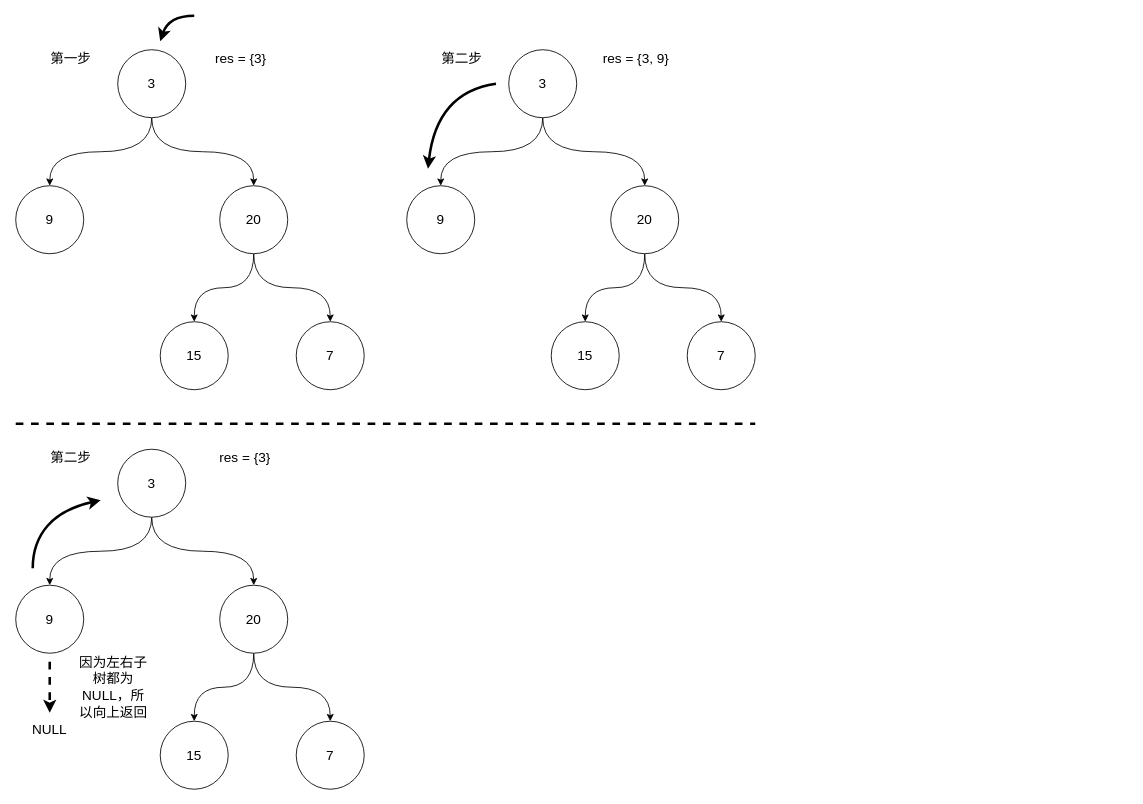
Earlier version of the draw.io diagram leetcode102题目讲解.drawio (codelyc/Hello-World). Source tidied: cells renumbered, new cells numbered last; positions are measured from the earlier drawing's top-left corner, leaving out a move shared by most shapes. Both pictures are drawn from the tidied source at 85%, with x=0, y=0 at pixel (15, 15).
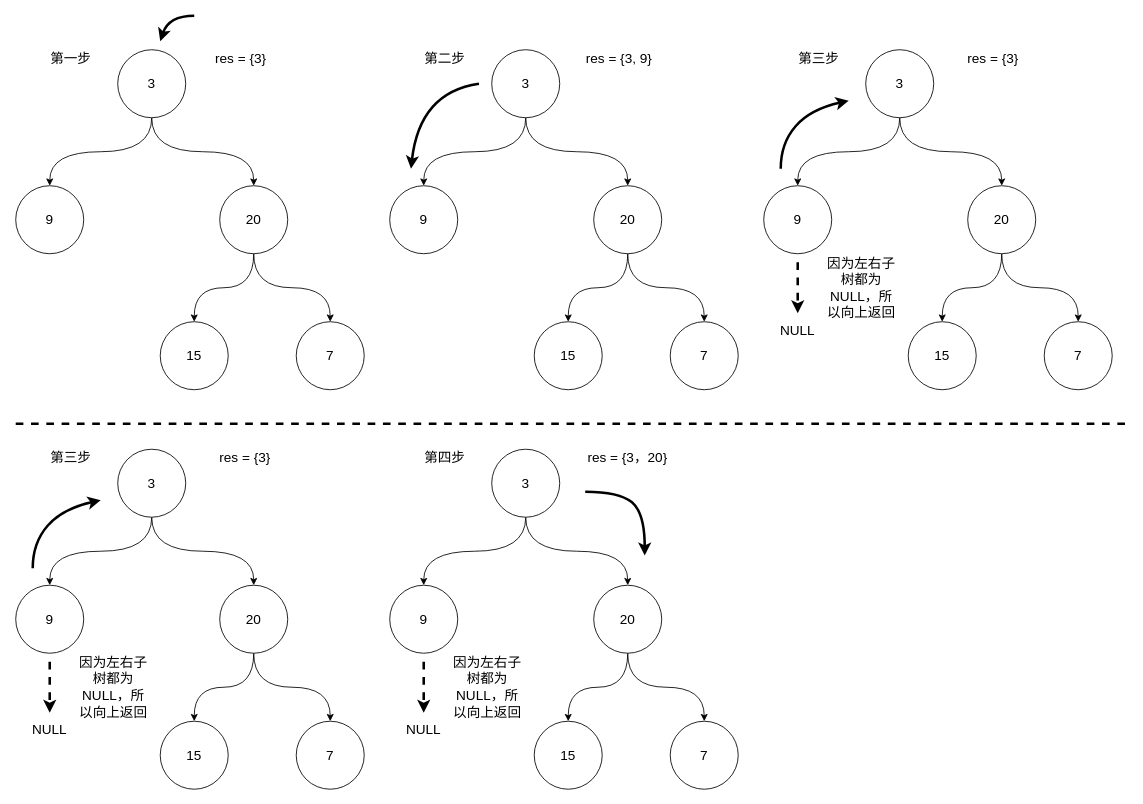
Above is the later version.

Commit message (it also covers changes not shown here):
更新leetcode102题目讲解.drawio

The edit, as a diff of the source:
```diff
@@
     <mxCell id="16" value="&lt;font style=&quot;font-size: 16px&quot;&gt;3&lt;/font&gt;" style="ellipse;whiteSpace=wrap;html=1;" parent="1" vertex="1">
-      <mxGeometry x="580" y="40" width="80" height="80" as="geometry" />
+      <mxGeometry x="560" y="40" width="80" height="80" as="geometry" />
     </mxCell>
     <mxCell id="17" value="&lt;font style=&quot;font-size: 16px&quot;&gt;9&lt;/font&gt;" style="ellipse;whiteSpace=wrap;html=1;" parent="1" vertex="1">
-      <mxGeometry x="460" y="200" width="80" height="80" as="geometry" />
+      <mxGeometry x="440" y="200" width="80" height="80" as="geometry" />
     </mxCell>
@@
     <mxCell id="20" value="&lt;font style=&quot;font-size: 16px&quot;&gt;20&lt;/font&gt;" style="ellipse;whiteSpace=wrap;html=1;" parent="1" vertex="1">
-      <mxGeometry x="700" y="200" width="80" height="80" as="geometry" />
+      <mxGeometry x="680" y="200" width="80" height="80" as="geometry" />
     </mxCell>
     <mxCell id="21" value="&lt;font style=&quot;font-size: 16px&quot;&gt;15&lt;/font&gt;" style="ellipse;whiteSpace=wrap;html=1;" parent="1" vertex="1">
-      <mxGeometry x="630" y="360" width="80" height="80" as="geometry" />
+      <mxGeometry x="610" y="360" width="80" height="80" as="geometry" />
     </mxCell>
     <mxCell id="22" value="&lt;font style=&quot;font-size: 16px&quot;&gt;7&lt;/font&gt;" style="ellipse;whiteSpace=wrap;html=1;" parent="1" vertex="1">
-      <mxGeometry x="790" y="360" width="80" height="80" as="geometry" />
+      <mxGeometry x="770" y="360" width="80" height="80" as="geometry" />
     </mxCell>
     <mxCell id="23" value="&lt;font style=&quot;font-size: 16px&quot;&gt;第二步&lt;/font&gt;" style="text;html=1;strokeColor=none;fillColor=none;align=center;verticalAlign=middle;whiteSpace=wrap;rounded=0;" parent="1" vertex="1">
-      <mxGeometry x="500" y="40" width="50" height="20" as="geometry" />
+      <mxGeometry x="480" y="40" width="50" height="20" as="geometry" />
     </mxCell>
     <mxCell id="24" style="curved=1;endArrow=classic;html=1;strokeWidth=3;" parent="1" edge="1">
       <mxGeometry relative="1" as="geometry">
-        <mxPoint x="565" y="80" as="sourcePoint" />
-        <mxPoint x="485" y="180" as="targetPoint" />
+        <mxPoint x="545" y="80" as="sourcePoint" />
+        <mxPoint x="465" y="180" as="targetPoint" />
         <Array as="points">
-          <mxPoint x="495" y="90" />
+          <mxPoint x="475" y="90" />
         </Array>
       </mxGeometry>
     </mxCell>
     <mxCell id="25" value="&lt;font style=&quot;font-size: 16px&quot;&gt;res = {3, 9}&lt;/font&gt;" style="text;html=1;strokeColor=none;fillColor=none;align=center;verticalAlign=middle;whiteSpace=wrap;rounded=0;" parent="1" vertex="1">
-      <mxGeometry x="690" y="40" width="80" height="20" as="geometry" />
+      <mxGeometry x="670" y="40" width="80" height="20" as="geometry" />
     </mxCell>
@@
-    <mxCell id="35" value="&lt;font style=&quot;font-size: 16px&quot;&gt;第二步&lt;/font&gt;" style="text;html=1;strokeColor=none;fillColor=none;align=center;verticalAlign=middle;whiteSpace=wrap;rounded=0;" parent="1" vertex="1">
+    <mxCell id="35" value="&lt;font style=&quot;font-size: 16px&quot;&gt;第三步&lt;/font&gt;" style="text;html=1;strokeColor=none;fillColor=none;align=center;verticalAlign=middle;whiteSpace=wrap;rounded=0;" parent="1" vertex="1">
       <mxGeometry x="40" y="510" width="50" height="20" as="geometry" />
     </mxCell>
@@
     <mxCell id="38" style="endArrow=none;dashed=1;html=1;strokeWidth=3;" parent="1" edge="1">
       <mxGeometry relative="1" as="geometry">
         <mxPoint y="480" as="sourcePoint" />
-        <mxPoint x="870" y="480" as="targetPoint" />
+        <mxPoint x="1306.7" y="480" as="targetPoint" />
       </mxGeometry>
     </mxCell>
@@
+    <mxCell id="42" style="edgeStyle=orthogonalEdgeStyle;curved=1;rounded=0;jettySize=auto;html=1;exitX=0.5;exitY=1;exitDx=0;exitDy=0;" parent="1" edge="1" source="44" target="45">
+      <mxGeometry relative="1" as="geometry" />
+    </mxCell>
+    <mxCell id="43" style="edgeStyle=orthogonalEdgeStyle;curved=1;rounded=0;jettySize=auto;html=1;exitX=0.5;exitY=1;exitDx=0;exitDy=0;entryX=0.5;entryY=0;entryDx=0;entryDy=0;" parent="1" edge="1" source="44" target="48">
+      <mxGeometry relative="1" as="geometry" />
+    </mxCell>
+    <mxCell id="44" value="&lt;font style=&quot;font-size: 16px&quot;&gt;3&lt;/font&gt;" style="ellipse;whiteSpace=wrap;html=1;" parent="1" vertex="1">
+      <mxGeometry x="560" y="510" width="80" height="80" as="geometry" />
+    </mxCell>
+    <mxCell id="45" value="&lt;font style=&quot;font-size: 16px&quot;&gt;9&lt;/font&gt;" style="ellipse;whiteSpace=wrap;html=1;" parent="1" vertex="1">
+      <mxGeometry x="440" y="670" width="80" height="80" as="geometry" />
+    </mxCell>
+    <mxCell id="46" style="edgeStyle=orthogonalEdgeStyle;curved=1;rounded=0;jettySize=auto;html=1;exitX=0.5;exitY=1;exitDx=0;exitDy=0;entryX=0.5;entryY=0;entryDx=0;entryDy=0;" parent="1" edge="1" source="48" target="49">
+      <mxGeometry relative="1" as="geometry" />
+    </mxCell>
+    <mxCell id="47" style="edgeStyle=orthogonalEdgeStyle;curved=1;rounded=0;jettySize=auto;html=1;exitX=0.5;exitY=1;exitDx=0;exitDy=0;entryX=0.5;entryY=0;entryDx=0;entryDy=0;" parent="1" edge="1" source="48" target="50">
+      <mxGeometry relative="1" as="geometry" />
+    </mxCell>
+    <mxCell id="48" value="&lt;font style=&quot;font-size: 16px&quot;&gt;20&lt;/font&gt;" style="ellipse;whiteSpace=wrap;html=1;" parent="1" vertex="1">
+      <mxGeometry x="680" y="670" width="80" height="80" as="geometry" />
+    </mxCell>
+    <mxCell id="49" value="&lt;font style=&quot;font-size: 16px&quot;&gt;15&lt;/font&gt;" style="ellipse;whiteSpace=wrap;html=1;" parent="1" vertex="1">
+      <mxGeometry x="610" y="830" width="80" height="80" as="geometry" />
+    </mxCell>
+    <mxCell id="50" value="&lt;font style=&quot;font-size: 16px&quot;&gt;7&lt;/font&gt;" style="ellipse;whiteSpace=wrap;html=1;" parent="1" vertex="1">
+      <mxGeometry x="770" y="830" width="80" height="80" as="geometry" />
+    </mxCell>
+    <mxCell id="51" value="&lt;font style=&quot;font-size: 16px&quot;&gt;第四步&lt;/font&gt;" style="text;html=1;strokeColor=none;fillColor=none;align=center;verticalAlign=middle;whiteSpace=wrap;rounded=0;" parent="1" vertex="1">
+      <mxGeometry x="480" y="510" width="50" height="20" as="geometry" />
+    </mxCell>
+    <mxCell id="52" style="curved=1;endArrow=classic;html=1;strokeWidth=3;" parent="1" edge="1">
+      <mxGeometry relative="1" as="geometry">
+        <mxPoint x="670" y="560" as="sourcePoint" />
+        <mxPoint x="740" y="635" as="targetPoint" />
+        <Array as="points">
+          <mxPoint x="710" y="560" />
+          <mxPoint x="740" y="585" />
+        </Array>
+      </mxGeometry>
+    </mxCell>
+    <mxCell id="53" value="&lt;font style=&quot;font-size: 16px&quot;&gt;res = {3，20}&lt;/font&gt;" style="text;html=1;strokeColor=none;fillColor=none;align=center;verticalAlign=middle;whiteSpace=wrap;rounded=0;" parent="1" vertex="1">
+      <mxGeometry x="670" y="510" width="100" height="20" as="geometry" />
+    </mxCell>
+    <mxCell id="54" style="endArrow=classic;html=1;strokeWidth=3;dashed=1;" parent="1" edge="1">
+      <mxGeometry relative="1" as="geometry">
+        <mxPoint x="480" y="760" as="sourcePoint" />
+        <mxPoint x="480" y="820" as="targetPoint" />
+      </mxGeometry>
+    </mxCell>
+    <mxCell id="55" value="&lt;font style=&quot;font-size: 16px&quot;&gt;NULL&lt;/font&gt;" style="text;html=1;strokeColor=none;fillColor=none;align=center;verticalAlign=middle;whiteSpace=wrap;rounded=0;" parent="1" vertex="1">
+      <mxGeometry x="460" y="830" width="40" height="20" as="geometry" />
+    </mxCell>
+    <mxCell id="56" value="&lt;font style=&quot;font-size: 16px&quot;&gt;因为左右子树都为NULL，所以向上返回&lt;/font&gt;" style="text;html=1;strokeColor=none;fillColor=none;align=center;verticalAlign=middle;whiteSpace=wrap;rounded=0;" parent="1" vertex="1">
+      <mxGeometry x="510" y="780" width="90" height="20" as="geometry" />
+    </mxCell>
+    <mxCell id="57" style="edgeStyle=orthogonalEdgeStyle;curved=1;rounded=0;jettySize=auto;html=1;exitX=0.5;exitY=1;exitDx=0;exitDy=0;" parent="1" edge="1" source="59" target="60">
+      <mxGeometry relative="1" as="geometry" />
+    </mxCell>
+    <mxCell id="58" style="edgeStyle=orthogonalEdgeStyle;curved=1;rounded=0;jettySize=auto;html=1;exitX=0.5;exitY=1;exitDx=0;exitDy=0;entryX=0.5;entryY=0;entryDx=0;entryDy=0;" parent="1" edge="1" source="59" target="63">
+      <mxGeometry relative="1" as="geometry" />
+    </mxCell>
+    <mxCell id="59" value="&lt;font style=&quot;font-size: 16px&quot;&gt;3&lt;/font&gt;" style="ellipse;whiteSpace=wrap;html=1;" parent="1" vertex="1">
+      <mxGeometry x="1000" y="40" width="80" height="80" as="geometry" />
+    </mxCell>
+    <mxCell id="60" value="&lt;font style=&quot;font-size: 16px&quot;&gt;9&lt;/font&gt;" style="ellipse;whiteSpace=wrap;html=1;" parent="1" vertex="1">
+      <mxGeometry x="880" y="200" width="80" height="80" as="geometry" />
+    </mxCell>
+    <mxCell id="61" style="edgeStyle=orthogonalEdgeStyle;curved=1;rounded=0;jettySize=auto;html=1;exitX=0.5;exitY=1;exitDx=0;exitDy=0;entryX=0.5;entryY=0;entryDx=0;entryDy=0;" parent="1" edge="1" source="63" target="64">
+      <mxGeometry relative="1" as="geometry" />
+    </mxCell>
+    <mxCell id="62" style="edgeStyle=orthogonalEdgeStyle;curved=1;rounded=0;jettySize=auto;html=1;exitX=0.5;exitY=1;exitDx=0;exitDy=0;entryX=0.5;entryY=0;entryDx=0;entryDy=0;" parent="1" edge="1" source="63" target="65">
+      <mxGeometry relative="1" as="geometry" />
+    </mxCell>
+    <mxCell id="63" value="&lt;font style=&quot;font-size: 16px&quot;&gt;20&lt;/font&gt;" style="ellipse;whiteSpace=wrap;html=1;" parent="1" vertex="1">
+      <mxGeometry x="1120" y="200" width="80" height="80" as="geometry" />
+    </mxCell>
+    <mxCell id="64" value="&lt;font style=&quot;font-size: 16px&quot;&gt;15&lt;/font&gt;" style="ellipse;whiteSpace=wrap;html=1;" parent="1" vertex="1">
+      <mxGeometry x="1050" y="360" width="80" height="80" as="geometry" />
+    </mxCell>
+    <mxCell id="65" value="&lt;font style=&quot;font-size: 16px&quot;&gt;7&lt;/font&gt;" style="ellipse;whiteSpace=wrap;html=1;" parent="1" vertex="1">
+      <mxGeometry x="1210" y="360" width="80" height="80" as="geometry" />
+    </mxCell>
+    <mxCell id="66" value="&lt;font style=&quot;font-size: 16px&quot;&gt;第三步&lt;/font&gt;" style="text;html=1;strokeColor=none;fillColor=none;align=center;verticalAlign=middle;whiteSpace=wrap;rounded=0;" parent="1" vertex="1">
+      <mxGeometry x="920" y="40" width="50" height="20" as="geometry" />
+    </mxCell>
+    <mxCell id="67" style="curved=1;endArrow=classic;html=1;strokeWidth=3;" parent="1" edge="1">
+      <mxGeometry relative="1" as="geometry">
+        <mxPoint x="900" y="180" as="sourcePoint" />
+        <mxPoint x="980" y="100" as="targetPoint" />
+        <Array as="points">
+          <mxPoint x="900" y="150" />
+          <mxPoint x="935" y="110" />
+        </Array>
+      </mxGeometry>
+    </mxCell>
+    <mxCell id="68" value="&lt;font style=&quot;font-size: 16px&quot;&gt;res = {3}&lt;/font&gt;" style="text;html=1;strokeColor=none;fillColor=none;align=center;verticalAlign=middle;whiteSpace=wrap;rounded=0;" parent="1" vertex="1">
+      <mxGeometry x="1110" y="40" width="80" height="20" as="geometry" />
+    </mxCell>
+    <mxCell id="69" style="endArrow=classic;html=1;strokeWidth=3;dashed=1;" parent="1" edge="1">
+      <mxGeometry relative="1" as="geometry">
+        <mxPoint x="920" y="290" as="sourcePoint" />
+        <mxPoint x="920" y="350" as="targetPoint" />
+      </mxGeometry>
+    </mxCell>
+    <mxCell id="70" value="&lt;font style=&quot;font-size: 16px&quot;&gt;NULL&lt;/font&gt;" style="text;html=1;strokeColor=none;fillColor=none;align=center;verticalAlign=middle;whiteSpace=wrap;rounded=0;" parent="1" vertex="1">
+      <mxGeometry x="900" y="360" width="40" height="20" as="geometry" />
+    </mxCell>
+    <mxCell id="71" value="&lt;font style=&quot;font-size: 16px&quot;&gt;因为左右子树都为NULL，所以向上返回&lt;/font&gt;" style="text;html=1;strokeColor=none;fillColor=none;align=center;verticalAlign=middle;whiteSpace=wrap;rounded=0;" parent="1" vertex="1">
+      <mxGeometry x="950" y="310" width="90" height="20" as="geometry" />
+    </mxCell>
```
